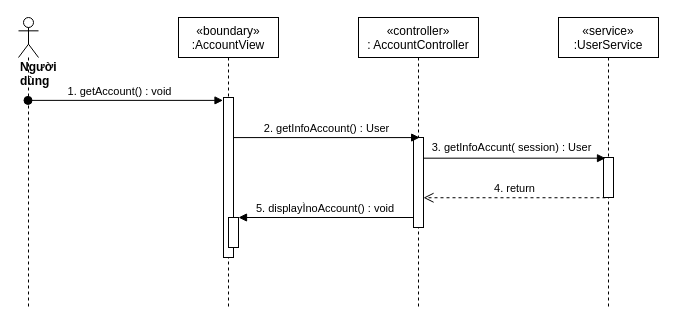
Earlier version of the draw.io diagram sequence diagram/getMyInfo-sequence.drawio (nguyenphamvan/datn_20202). Source tidied: cells renumbered, new cells numbered last; positions are measured from the earlier drawing's top-left corner, leaving out a move shared by most shapes. Both pictures are drawn from the tidied source at 100%, with x=0, y=0 at pixel (18, 17).
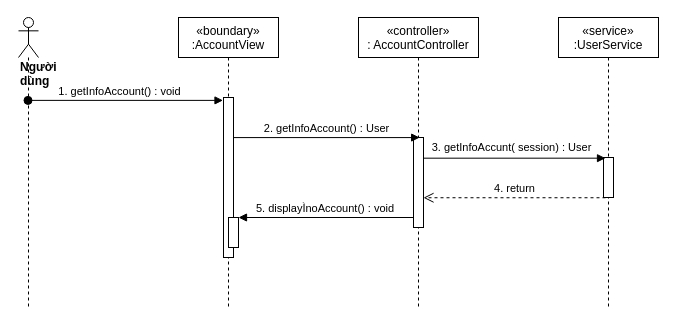
The same page after the edit.

Diff of the diagram source:
```diff
@@
 <mxGraphModel>
   <root>
     <mxCell id="0" />
     <mxCell id="1" parent="0" />
     <mxCell id="2" value="«boundary»&#10;:AccountView" style="shape=umlLifeline;perimeter=lifelinePerimeter;rounded=0;shadow=0;strokeWidth=1;" parent="1" vertex="1">
       <mxGeometry x="160" width="100" height="290" as="geometry" />
     </mxCell>
     <mxCell id="3" style="points=[];perimeter=orthogonalPerimeter;rounded=0;shadow=0;strokeWidth=1;" parent="2" vertex="1">
       <mxGeometry x="45" y="80" width="10" height="160" as="geometry" />
     </mxCell>
     <mxCell id="4" value="«controller»&#10;: AccountController" style="shape=umlLifeline;perimeter=lifelinePerimeter;rounded=0;shadow=0;strokeWidth=1;" parent="1" vertex="1">
       <mxGeometry x="340" width="120" height="290" as="geometry" />
     </mxCell>
     <mxCell id="5" style="points=[];perimeter=orthogonalPerimeter;rounded=0;shadow=0;strokeWidth=1;" parent="4" vertex="1">
       <mxGeometry x="55" y="120" width="10" height="90" as="geometry" />
     </mxCell>
     <mxCell id="6" value="&lt;div&gt;&lt;b&gt;Người dùng&lt;/b&gt;&lt;/div&gt;" style="shape=umlLifeline;participant=umlActor;perimeter=lifelinePerimeter;whiteSpace=wrap;html=1;verticalAlign=top;spacingTop=36;outlineConnect=0;align=left;" parent="1" vertex="1">
       <mxGeometry width="20" height="290" as="geometry" />
     </mxCell>
-    <mxCell id="7" value="1. getAccount() : void" style="verticalAlign=bottom;startArrow=oval;endArrow=block;startSize=8;shadow=0;strokeWidth=1;entryX=-0.05;entryY=0.018;entryDx=0;entryDy=0;entryPerimeter=0;" parent="1" edge="1" source="6" target="3">
+    <mxCell id="7" value="1. getInfoAccount() : void" style="verticalAlign=bottom;startArrow=oval;endArrow=block;startSize=8;shadow=0;strokeWidth=1;entryX=-0.05;entryY=0.018;entryDx=0;entryDy=0;entryPerimeter=0;" parent="1" edge="1" source="6" target="3">
       <mxGeometry x="-0.06" relative="1" as="geometry" />
     </mxCell>
     <mxCell id="8" value="«service»&#10;:UserService" style="shape=umlLifeline;perimeter=lifelinePerimeter;rounded=0;shadow=0;strokeWidth=1;" parent="1" vertex="1">
       <mxGeometry x="540" width="100" height="290" as="geometry" />
     </mxCell>
     <mxCell id="9" style="points=[];perimeter=orthogonalPerimeter;rounded=0;shadow=0;strokeWidth=1;" parent="8" vertex="1">
       <mxGeometry x="45" y="140" width="10" height="40" as="geometry" />
     </mxCell>
     <mxCell id="10" value="2. getInfoAccount() : User" style="html=1;verticalAlign=bottom;endArrow=block;entryX=0.617;entryY=0.001;entryDx=0;entryDy=0;entryPerimeter=0;" parent="1" edge="1" source="3" target="5">
       <mxGeometry relative="1" as="geometry" />
     </mxCell>
     <mxCell id="11" style="html=1;verticalAlign=bottom;endArrow=block;entryX=0.2;entryY=0.017;entryDx=0;entryDy=0;entryPerimeter=0;" parent="1" edge="1" source="5" target="9">
       <mxGeometry relative="1" as="geometry" />
     </mxCell>
     <mxCell id="12" value="3. getInfoAccunt( session) : User" style="edgeLabel;html=1;align=center;verticalAlign=middle;" parent="11" vertex="1">
       <mxGeometry x="-0.08" y="4" relative="1" as="geometry">
         <mxPoint x="3" y="-7" as="offset" />
       </mxGeometry>
     </mxCell>
     <mxCell id="13" value="4. return" style="html=1;verticalAlign=bottom;endArrow=open;dashed=1;endSize=8;exitX=0.2;exitY=1.006;exitDx=0;exitDy=0;exitPerimeter=0;" parent="1" edge="1" source="9" target="5">
       <mxGeometry relative="1" as="geometry" />
     </mxCell>
     <mxCell id="14" value="5. displayÌnoAccount() : void" style="verticalAlign=bottom;endArrow=block;shadow=0;strokeWidth=1;" parent="1" edge="1" source="5" target="15">
       <mxGeometry relative="1" as="geometry" />
     </mxCell>
     <mxCell id="15" style="html=1;points=[];perimeter=orthogonalPerimeter;" parent="1" vertex="1">
       <mxGeometry x="210" y="200" width="10" height="30" as="geometry" />
     </mxCell>
   </root>
 </mxGraphModel>
```
